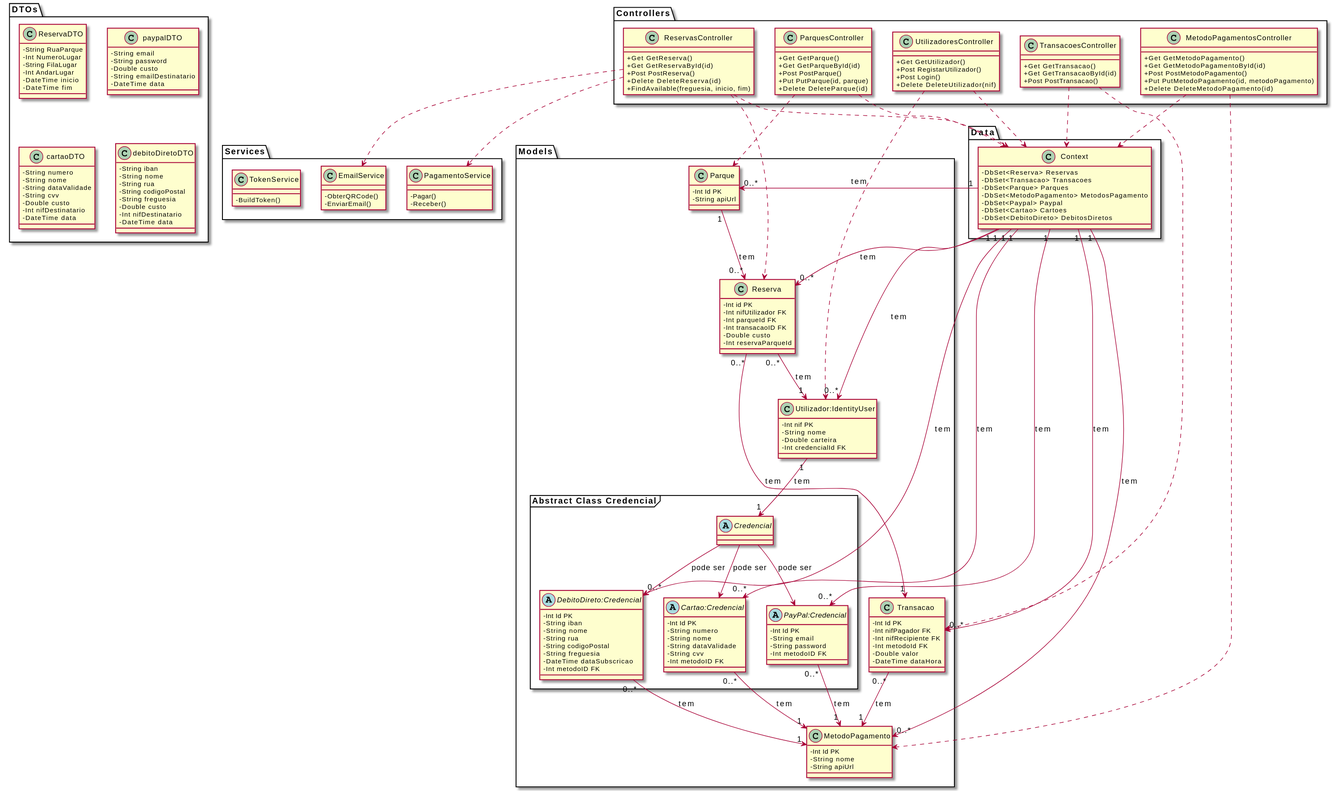
This is Documentos/Sprint3/Design OO/CD.svg from UPskillDOTNET/Jakim-das-Coives-S.A., a PlantUML export, as it was before one commit.
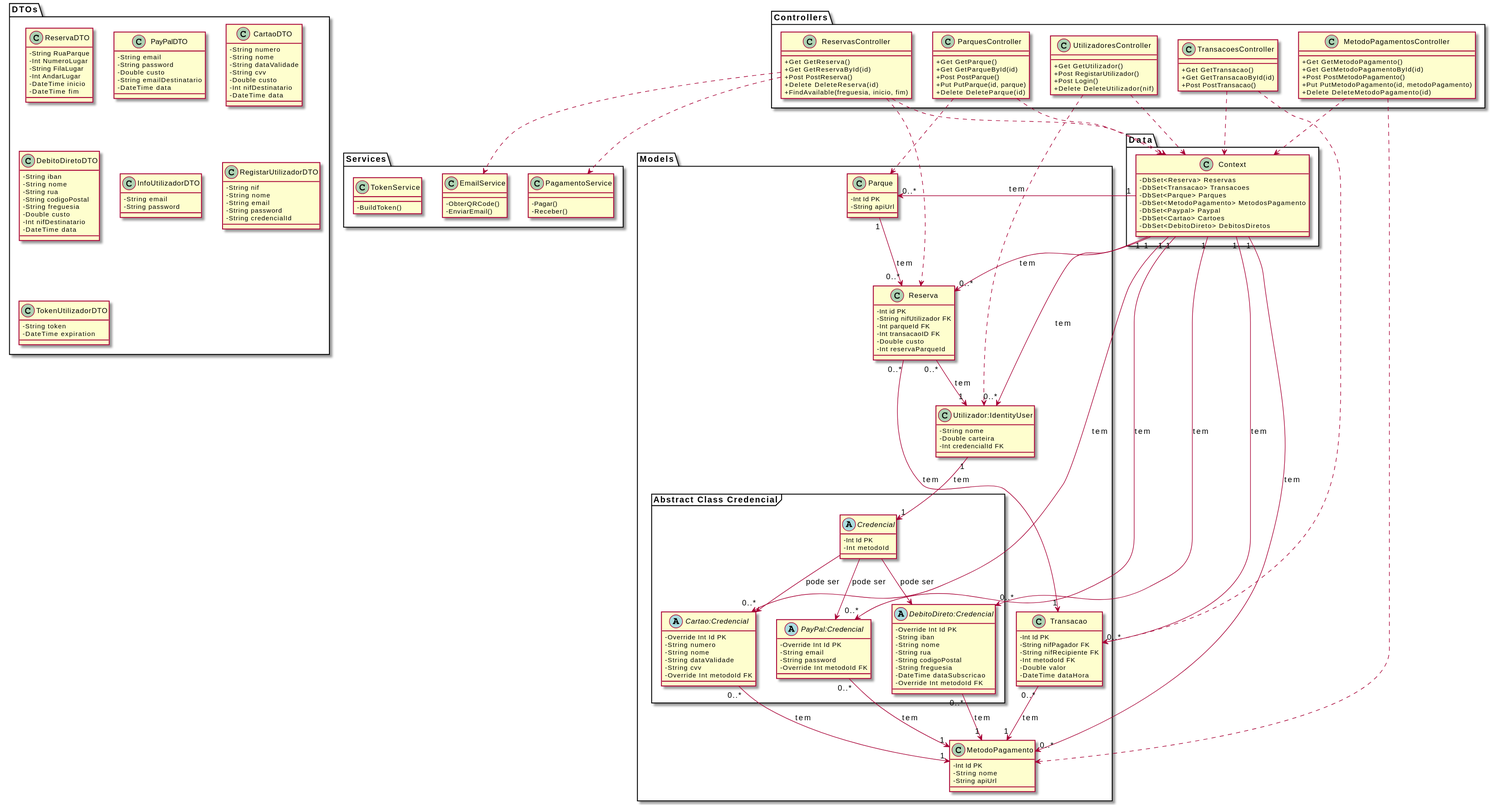
Later version of the same file.

The edit, as a diff of the source:
```diff
@@ -63,7 +63,6 @@
 package Models <<Folder>> {
 
 class Utilizador:IdentityUser{
-  -Int nif PK
   -String nome
   -Double carteira
   -Int credencialId FK
@@ -71,7 +70,7 @@
 
 class Reserva {
   -Int id PK
-  -Int nifUtilizador FK
+  -String nifUtilizador FK
   -Int parqueId FK
   -Int transacaoID FK
   -Double custo
@@ -80,8 +79,8 @@
 
 class Transacao {
   -Int Id PK
-  -Int nifPagador FK
-  -Int nifRecipiente FK
+  -String nifPagador FK
+  -String nifRecipiente FK
   -Int metodoId FK
   -Double valor
   -DateTime dataHora
@@ -101,33 +100,35 @@
 package "Abstract Class Credencial" <<Frame>> {
 
 abstract class Credencial {
+  -Int Id PK
+  -Int metodoId
 }
 
 abstract PayPal:Credencial {
-  -Int Id PK
+  -Override Int Id PK
   -String email
   -String password
-  -Int metodoID FK
+  -Override Int metodoId FK
 }
 
 abstract Cartao:Credencial {
-  -Int Id PK
+  -Override Int Id PK
   -String numero
   -String nome
   -String dataValidade
   -String cvv
-  -Int metodoID FK
+  -Override Int metodoId FK
 }
 
 abstract DebitoDireto:Credencial {
-  -Int Id PK
+  -Override Int Id PK
   -String iban
   -String nome
   -String rua
   -String codigoPostal
   -String freguesia
   -DateTime dataSubscricao
-  -Int metodoID FK
+  -Override Int metodoId FK
 }
 
 }
@@ -159,7 +160,7 @@
   -DateTime fim
 }
 
-class paypalDTO {
+class PayPalDTO {
   -String email
   -String password
   -Double custo
@@ -167,7 +168,7 @@
   -DateTime data
 }
 
-class cartaoDTO {
+class CartaoDTO {
   -String numero
   -String nome
   -String dataValidade
@@ -177,7 +178,7 @@
   -DateTime data
 }
 
-class debitoDiretoDTO {
+class DebitoDiretoDTO {
   -String iban
   -String nome
   -String rua
@@ -186,6 +187,24 @@
   -Double custo
   -Int nifDestinatario
   -DateTime data
+}
+
+class InfoUtilizadorDTO {
+  -String email
+  -String password
+}
+
+class RegistarUtilizadorDTO {
+  -String nif
+  -String nome
+  -String email
+  -String password
+  -String credencialId
+}
+
+class TokenUtilizadorDTO {
+  -String token
+  -DateTime expiration
 }
 
 }
```
